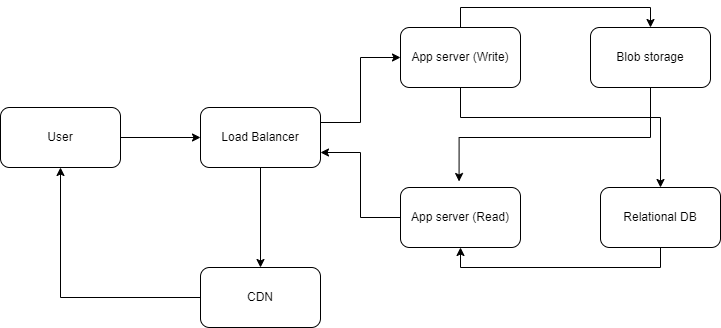
Above: img/system-design/instagram1.png in riehseun/riehseun.github.io (draw.io), before the change. Source tidied: cells renumbered, new cells last; positions are measured from the earlier drawing's top-left corner, leaving out a move shared by most shapes. Its diagram source:
```xml
<mxGraphModel>
  <root>
    <mxCell id="0" />
    <mxCell id="1" parent="0" />
    <mxCell id="2" style="edgeStyle=orthogonalEdgeStyle;rounded=0;jettySize=auto;html=1;exitX=1;exitY=0.5;exitDx=0;exitDy=0;entryX=0;entryY=0.5;entryDx=0;entryDy=0;" parent="1" edge="1" source="3" target="6">
      <mxGeometry relative="1" as="geometry" />
    </mxCell>
    <mxCell id="3" value="User" style="rounded=1;whiteSpace=wrap;html=1;" parent="1" vertex="1">
      <mxGeometry y="80" width="120" height="60" as="geometry" />
    </mxCell>
    <mxCell id="4" style="edgeStyle=orthogonalEdgeStyle;rounded=0;jettySize=auto;html=1;exitX=0.5;exitY=1;exitDx=0;exitDy=0;entryX=0.5;entryY=0;entryDx=0;entryDy=0;" parent="1" edge="1" source="6" target="8">
      <mxGeometry relative="1" as="geometry" />
    </mxCell>
    <mxCell id="5" style="edgeStyle=orthogonalEdgeStyle;rounded=0;jettySize=auto;html=1;exitX=1;exitY=0.25;exitDx=0;exitDy=0;entryX=0;entryY=0.5;entryDx=0;entryDy=0;" parent="1" edge="1" source="6" target="13">
      <mxGeometry relative="1" as="geometry" />
    </mxCell>
    <mxCell id="6" value="Load Balancer" style="rounded=1;whiteSpace=wrap;html=1;" parent="1" vertex="1">
      <mxGeometry x="200" y="80" width="120" height="60" as="geometry" />
    </mxCell>
    <mxCell id="7" style="edgeStyle=orthogonalEdgeStyle;rounded=0;jettySize=auto;html=1;exitX=0;exitY=0.5;exitDx=0;exitDy=0;" parent="1" edge="1" source="8" target="3">
      <mxGeometry relative="1" as="geometry" />
    </mxCell>
    <mxCell id="8" value="CDN" style="rounded=1;whiteSpace=wrap;html=1;" parent="1" vertex="1">
      <mxGeometry x="200" y="240" width="120" height="60" as="geometry" />
    </mxCell>
    <mxCell id="9" style="edgeStyle=orthogonalEdgeStyle;rounded=0;jettySize=auto;html=1;exitX=0;exitY=0.5;exitDx=0;exitDy=0;entryX=1;entryY=0.75;entryDx=0;entryDy=0;" parent="1" edge="1" source="10" target="6">
      <mxGeometry relative="1" as="geometry" />
    </mxCell>
    <mxCell id="10" value="App server (Read)" style="rounded=1;whiteSpace=wrap;html=1;" parent="1" vertex="1">
      <mxGeometry x="400" y="160" width="120" height="60" as="geometry" />
    </mxCell>
    <mxCell id="11" style="edgeStyle=orthogonalEdgeStyle;rounded=0;jettySize=auto;html=1;exitX=0.5;exitY=0;exitDx=0;exitDy=0;entryX=0.5;entryY=0;entryDx=0;entryDy=0;" parent="1" edge="1" source="13" target="15">
      <mxGeometry relative="1" as="geometry" />
    </mxCell>
    <mxCell id="12" style="edgeStyle=orthogonalEdgeStyle;rounded=0;jettySize=auto;html=1;exitX=0.5;exitY=1;exitDx=0;exitDy=0;entryX=0.5;entryY=0;entryDx=0;entryDy=0;" parent="1" edge="1" source="13" target="17">
      <mxGeometry relative="1" as="geometry">
        <Array as="points">
          <mxPoint x="460" y="90" />
          <mxPoint x="660" y="90" />
        </Array>
      </mxGeometry>
    </mxCell>
    <mxCell id="13" value="App server (Write)" style="rounded=1;whiteSpace=wrap;html=1;" parent="1" vertex="1">
      <mxGeometry x="400" width="120" height="60" as="geometry" />
    </mxCell>
    <mxCell id="14" style="edgeStyle=orthogonalEdgeStyle;rounded=0;jettySize=auto;html=1;exitX=0.5;exitY=1;exitDx=0;exitDy=0;entryX=0.488;entryY=-0.1;entryDx=0;entryDy=0;entryPerimeter=0;" parent="1" edge="1" source="15" target="10">
      <mxGeometry relative="1" as="geometry" />
    </mxCell>
    <mxCell id="15" value="Blob storage" style="rounded=1;whiteSpace=wrap;html=1;" parent="1" vertex="1">
      <mxGeometry x="590" width="120" height="60" as="geometry" />
    </mxCell>
    <mxCell id="16" style="edgeStyle=orthogonalEdgeStyle;rounded=0;jettySize=auto;html=1;exitX=0.5;exitY=1;exitDx=0;exitDy=0;entryX=0.5;entryY=1;entryDx=0;entryDy=0;" parent="1" edge="1" source="17" target="10">
      <mxGeometry relative="1" as="geometry" />
    </mxCell>
    <mxCell id="17" value="Relational DB" style="rounded=1;whiteSpace=wrap;html=1;" parent="1" vertex="1">
      <mxGeometry x="600" y="160" width="120" height="60" as="geometry" />
    </mxCell>
  </root>
</mxGraphModel>
```
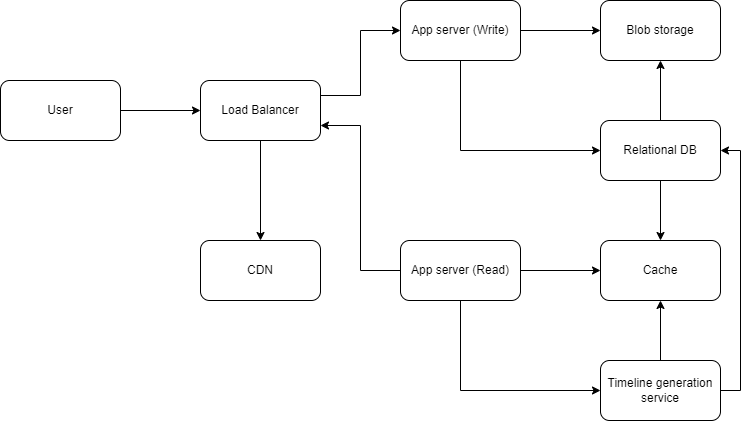
The same file after the commit.

Change to the diagram source:
```diff
@@ -17,43 +17,53 @@
     <mxCell id="6" value="Load Balancer" style="rounded=1;whiteSpace=wrap;html=1;" parent="1" vertex="1">
       <mxGeometry x="200" y="80" width="120" height="60" as="geometry" />
     </mxCell>
-    <mxCell id="7" style="edgeStyle=orthogonalEdgeStyle;rounded=0;jettySize=auto;html=1;exitX=0;exitY=0.5;exitDx=0;exitDy=0;" parent="1" edge="1" source="8" target="3">
-      <mxGeometry relative="1" as="geometry" />
-    </mxCell>
     <mxCell id="8" value="CDN" style="rounded=1;whiteSpace=wrap;html=1;" parent="1" vertex="1">
       <mxGeometry x="200" y="240" width="120" height="60" as="geometry" />
     </mxCell>
     <mxCell id="9" style="edgeStyle=orthogonalEdgeStyle;rounded=0;jettySize=auto;html=1;exitX=0;exitY=0.5;exitDx=0;exitDy=0;entryX=1;entryY=0.75;entryDx=0;entryDy=0;" parent="1" edge="1" source="10" target="6">
       <mxGeometry relative="1" as="geometry" />
     </mxCell>
+    <mxCell id="18" style="edgeStyle=orthogonalEdgeStyle;rounded=0;jettySize=auto;html=1;exitX=1;exitY=0.5;exitDx=0;exitDy=0;entryX=0;entryY=0.5;entryDx=0;entryDy=0;" parent="1" edge="1" source="10" target="22">
+      <mxGeometry relative="1" as="geometry" />
+    </mxCell>
+    <mxCell id="19" style="edgeStyle=orthogonalEdgeStyle;rounded=0;jettySize=auto;html=1;exitX=0.5;exitY=1;exitDx=0;exitDy=0;entryX=0;entryY=0.5;entryDx=0;entryDy=0;" parent="1" edge="1" source="10" target="25">
+      <mxGeometry relative="1" as="geometry" />
+    </mxCell>
     <mxCell id="10" value="App server (Read)" style="rounded=1;whiteSpace=wrap;html=1;" parent="1" vertex="1">
-      <mxGeometry x="400" y="160" width="120" height="60" as="geometry" />
+      <mxGeometry x="400" y="240" width="120" height="60" as="geometry" />
     </mxCell>
+    <mxCell id="12" style="edgeStyle=orthogonalEdgeStyle;rounded=0;jettySize=auto;html=1;exitX=0.5;exitY=1;exitDx=0;exitDy=0;entryX=0;entryY=0.5;entryDx=0;entryDy=0;" parent="1" edge="1" source="13" target="17">
+      <mxGeometry relative="1" as="geometry" />
+    </mxCell>
-    <mxCell id="11" style="edgeStyle=orthogonalEdgeStyle;rounded=0;jettySize=auto;html=1;exitX=0.5;exitY=0;exitDx=0;exitDy=0;entryX=0.5;entryY=0;entryDx=0;entryDy=0;" parent="1" edge="1" source="13" target="15">
+    <mxCell id="11" style="edgeStyle=orthogonalEdgeStyle;rounded=0;jettySize=auto;html=1;exitX=1;exitY=0.5;exitDx=0;exitDy=0;entryX=0;entryY=0.5;entryDx=0;entryDy=0;" parent="1" edge="1" source="13" target="15">
       <mxGeometry relative="1" as="geometry" />
     </mxCell>
-    <mxCell id="12" style="edgeStyle=orthogonalEdgeStyle;rounded=0;jettySize=auto;html=1;exitX=0.5;exitY=1;exitDx=0;exitDy=0;entryX=0.5;entryY=0;entryDx=0;entryDy=0;" parent="1" edge="1" source="13" target="17">
-      <mxGeometry relative="1" as="geometry">
-        <Array as="points">
-          <mxPoint x="460" y="90" />
-          <mxPoint x="660" y="90" />
-        </Array>
-      </mxGeometry>
-    </mxCell>
     <mxCell id="13" value="App server (Write)" style="rounded=1;whiteSpace=wrap;html=1;" parent="1" vertex="1">
       <mxGeometry x="400" width="120" height="60" as="geometry" />
     </mxCell>
-    <mxCell id="14" style="edgeStyle=orthogonalEdgeStyle;rounded=0;jettySize=auto;html=1;exitX=0.5;exitY=1;exitDx=0;exitDy=0;entryX=0.488;entryY=-0.1;entryDx=0;entryDy=0;entryPerimeter=0;" parent="1" edge="1" source="15" target="10">
-      <mxGeometry relative="1" as="geometry" />
-    </mxCell>
     <mxCell id="15" value="Blob storage" style="rounded=1;whiteSpace=wrap;html=1;" parent="1" vertex="1">
-      <mxGeometry x="590" width="120" height="60" as="geometry" />
+      <mxGeometry x="600" width="120" height="60" as="geometry" />
     </mxCell>
-    <mxCell id="16" style="edgeStyle=orthogonalEdgeStyle;rounded=0;jettySize=auto;html=1;exitX=0.5;exitY=1;exitDx=0;exitDy=0;entryX=0.5;entryY=1;entryDx=0;entryDy=0;" parent="1" edge="1" source="17" target="10">
-      <mxGeometry relative="1" as="geometry" />
-    </mxCell>
+    <mxCell id="20" style="edgeStyle=orthogonalEdgeStyle;rounded=0;jettySize=auto;html=1;exitX=0.5;exitY=1;exitDx=0;exitDy=0;entryX=0.5;entryY=0;entryDx=0;entryDy=0;" parent="1" edge="1" source="17" target="22">
+      <mxGeometry relative="1" as="geometry" />
+    </mxCell>
+    <mxCell id="21" style="edgeStyle=orthogonalEdgeStyle;rounded=0;jettySize=auto;html=1;exitX=0.5;exitY=0;exitDx=0;exitDy=0;entryX=0.5;entryY=1;entryDx=0;entryDy=0;" parent="1" edge="1" source="17" target="15">
+      <mxGeometry relative="1" as="geometry" />
+    </mxCell>
     <mxCell id="17" value="Relational DB" style="rounded=1;whiteSpace=wrap;html=1;" parent="1" vertex="1">
-      <mxGeometry x="600" y="160" width="120" height="60" as="geometry" />
+      <mxGeometry x="600" y="120" width="120" height="60" as="geometry" />
     </mxCell>
+    <mxCell id="22" value="Cache" style="rounded=1;whiteSpace=wrap;html=1;" parent="1" vertex="1">
+      <mxGeometry x="600" y="240" width="120" height="60" as="geometry" />
+    </mxCell>
+    <mxCell id="23" style="edgeStyle=orthogonalEdgeStyle;rounded=0;jettySize=auto;html=1;exitX=0.5;exitY=0;exitDx=0;exitDy=0;entryX=0.5;entryY=1;entryDx=0;entryDy=0;" parent="1" edge="1" source="25" target="22">
+      <mxGeometry relative="1" as="geometry" />
+    </mxCell>
+    <mxCell id="24" style="edgeStyle=orthogonalEdgeStyle;rounded=0;jettySize=auto;html=1;exitX=1;exitY=0.5;exitDx=0;exitDy=0;entryX=1;entryY=0.5;entryDx=0;entryDy=0;" parent="1" edge="1" source="25" target="17">
+      <mxGeometry relative="1" as="geometry" />
+    </mxCell>
+    <mxCell id="25" value="Timeline generation service" style="rounded=1;whiteSpace=wrap;html=1;" parent="1" vertex="1">
+      <mxGeometry x="600" y="360" width="120" height="60" as="geometry" />
+    </mxCell>
   </root>
 </mxGraphModel>
```
